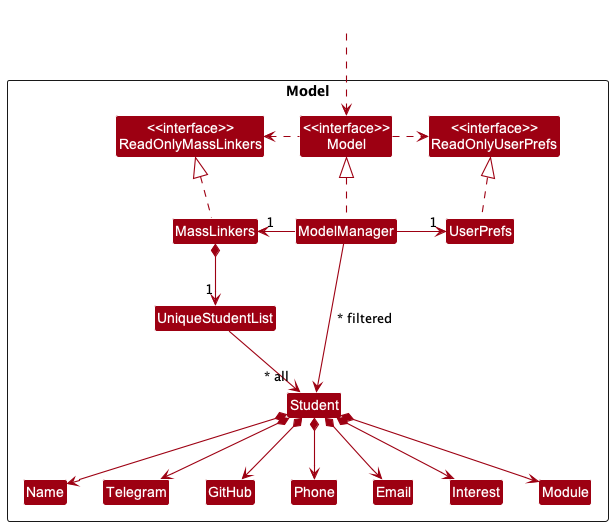
nus-cs2103-AY2223S1/tp keeps this PlantUML diagram as docs/images/ModelClassDiagram.png. Above is the earlier version.
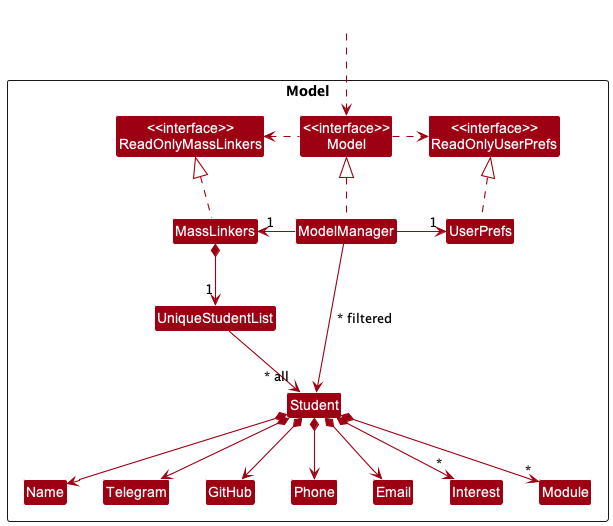
After the commit.

Change to the diagram source:
```diff
@@ -45,8 +45,8 @@
 Student *--> GitHub
 Student *--> Phone
 Student *--> Email
-Student *--> Interest
-Student *--> Module
+Student *--> "*" Interest
+Student *--> "*" Module
 
 Name -[hidden]right-> Telegram
 Telegram -[hidden]right-> GitHub
```
